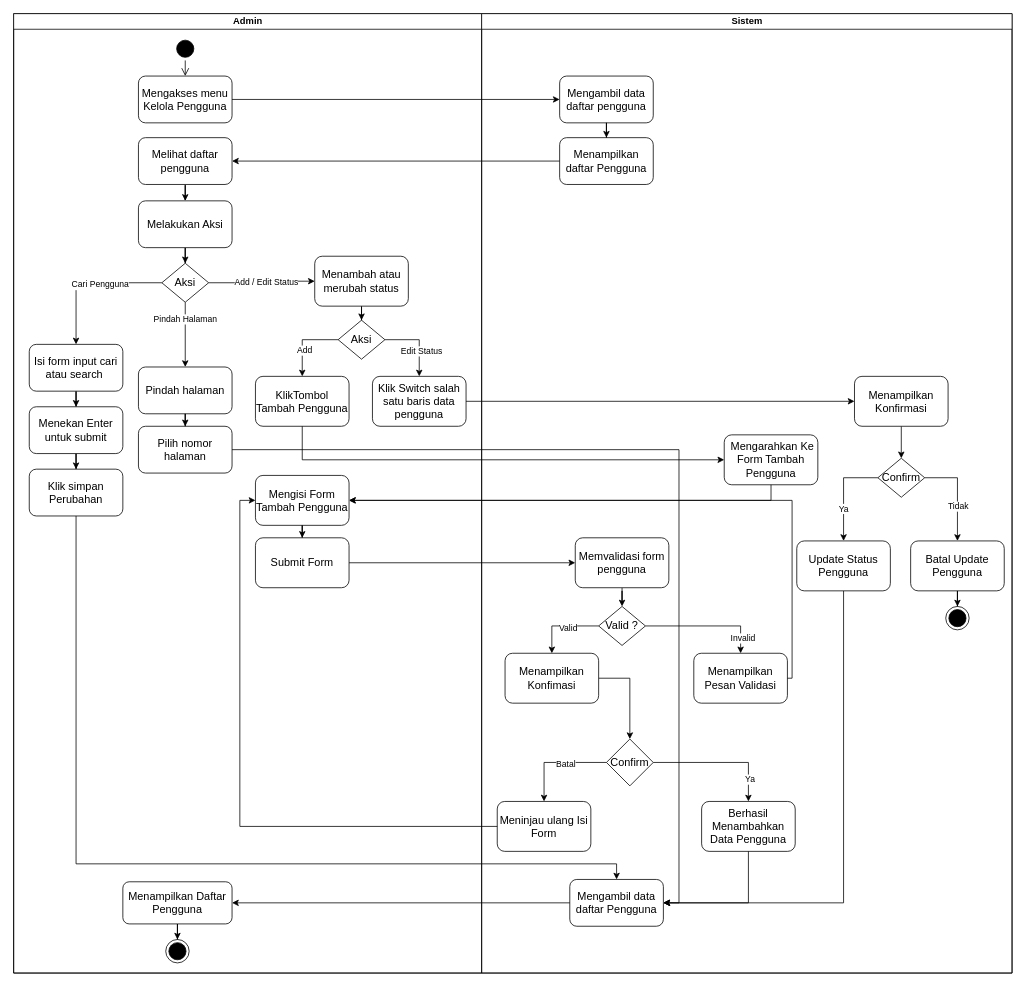
Before: page "ACT-DIA-KELOLA-PENGGUNA-ADMIN" (11 of 22) of dokumentasi/bab3/diagram-bab-3.drawio in fadlanrizki/rekofin-ui, a draw.io diagram. Source tidied: cells renumbered, new cells numbered last; positions are measured from the earlier drawing's top-left corner, leaving out a move shared by most shapes. Both pictures are drawn from the tidied source at 78%, with x=0, y=0 at pixel (13, 13).
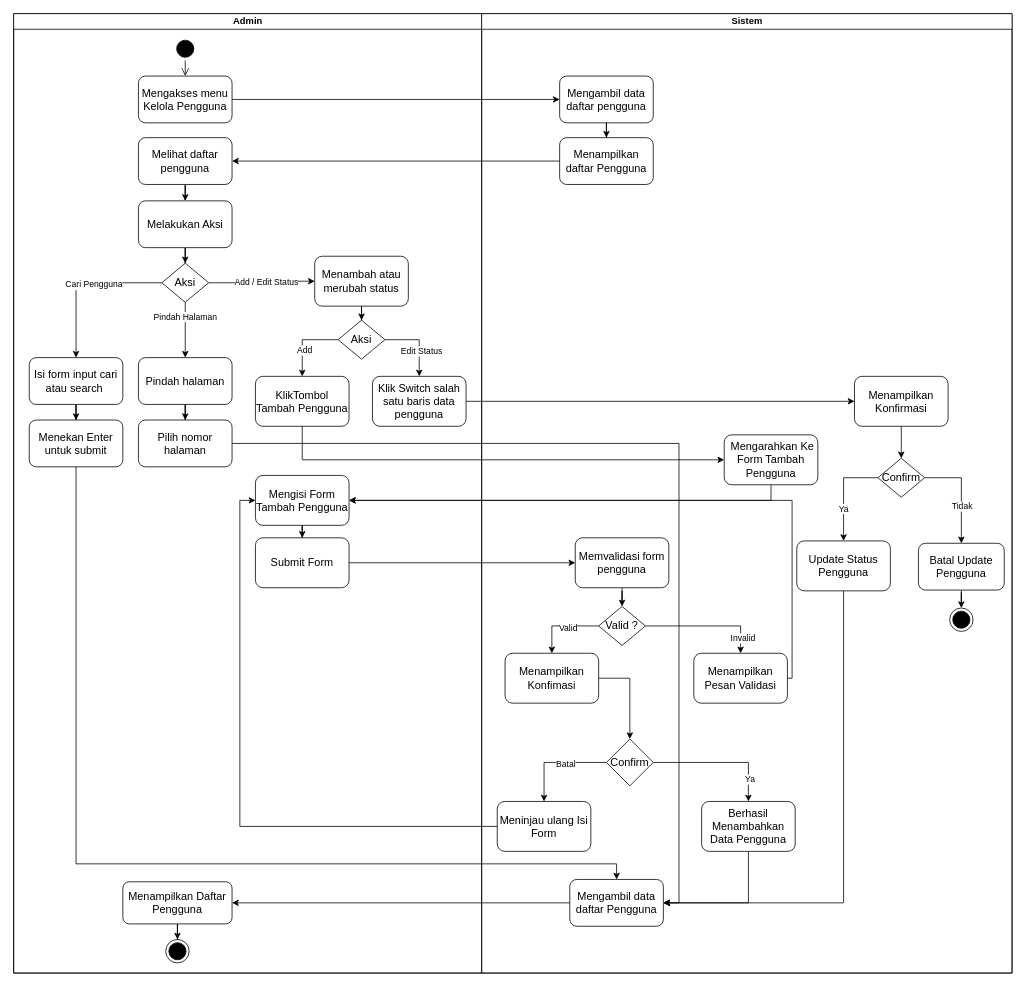
Above is the later version.

The change refers to these unchanged cells:
```xml
<mxCell id="2" style="swimlane;startSize=0;html=1;" parent="1" vertex="1">
  <mxGeometry width="1280" height="1230" as="geometry" />
</mxCell>
<mxCell id="3" value="Admin" style="swimlane;startSize=20;html=1;" parent="2" vertex="1">
  <mxGeometry width="600" height="1230" as="geometry" />
</mxCell>
<mxCell id="41" value="Sistem" style="swimlane;startSize=20;html=1;" parent="2" vertex="1">
  <mxGeometry x="600" width="680" height="1230" as="geometry" />
</mxCell>
<mxCell id="80" value="Mengambil data daftar Pengguna" style="rounded=1;whiteSpace=wrap;html=1;fontSize=14;" parent="41" vertex="1">
  <mxGeometry x="113" y="1110" width="120" height="60" as="geometry" />
</mxCell>
```

Change to the diagram source:
```diff
@@
     <mxCell id="18" value="Isi form input cari atau search&amp;nbsp;" style="rounded=1;whiteSpace=wrap;html=1;fontSize=14;" parent="3" vertex="1">
-      <mxGeometry x="20" y="424" width="120" height="60" as="geometry" />
+      <mxGeometry x="20" y="441" width="120" height="60" as="geometry" />
     </mxCell>
-    <mxCell id="19" style="edgeStyle=orthogonalEdgeStyle;rounded=0;jettySize=auto;html=1;entryX=0.5;entryY=0;entryDx=0;entryDy=0;" parent="3" edge="1" source="20" target="21">
-      <mxGeometry relative="1" as="geometry" />
-    </mxCell>
     <mxCell id="20" value="Menekan Enter untuk submit" style="rounded=1;whiteSpace=wrap;html=1;fontSize=14;" parent="3" vertex="1">
-      <mxGeometry x="20" y="504" width="120" height="60" as="geometry" />
+      <mxGeometry x="20" y="521" width="120" height="60" as="geometry" />
     </mxCell>
-    <mxCell id="21" value="Klik simpan Perubahan" style="rounded=1;whiteSpace=wrap;html=1;fontSize=14;" parent="3" vertex="1">
-      <mxGeometry x="20" y="584" width="120" height="60" as="geometry" />
-    </mxCell>
@@
     <mxCell id="27" value="Pindah halaman" style="rounded=1;whiteSpace=wrap;html=1;fontSize=14;" parent="3" vertex="1">
-      <mxGeometry x="160" y="453" width="120" height="60" as="geometry" />
+      <mxGeometry x="160" y="441" width="120" height="60" as="geometry" />
     </mxCell>
     <mxCell id="28" value="Pilih nomor halaman" style="rounded=1;whiteSpace=wrap;html=1;fontSize=14;" parent="3" vertex="1">
-      <mxGeometry x="160" y="529" width="120" height="60" as="geometry" />
+      <mxGeometry x="160" y="521" width="120" height="60" as="geometry" />
     </mxCell>
@@
     <mxCell id="92" value="Batal Update Pengguna" style="rounded=1;whiteSpace=wrap;html=1;fontSize=14;" parent="41" vertex="1">
-      <mxGeometry x="550" y="676" width="120" height="64" as="geometry" />
+      <mxGeometry x="560" y="679" width="110" height="60" as="geometry" />
     </mxCell>
     <mxCell id="93" style="ellipse;html=1;shape=endState;fillColor=#000000;strokeColor=light-dark(#000000, #ff9090);" parent="41" vertex="1">
-      <mxGeometry x="595" y="760" width="30" height="30" as="geometry" />
+      <mxGeometry x="600" y="762" width="30" height="30" as="geometry" />
     </mxCell>
@@
-    <mxCell id="103" style="edgeStyle=orthogonalEdgeStyle;rounded=0;jettySize=auto;html=1;" parent="2" edge="1" source="21" target="80">
+    <mxCell id="103" style="edgeStyle=orthogonalEdgeStyle;rounded=0;jettySize=auto;html=1;exitX=0.5;exitY=1;exitDx=0;exitDy=0;" parent="2" edge="1" source="20" target="80">
       <mxGeometry relative="1" as="geometry">
         <Array as="points">
           <mxPoint x="80" y="1090" />
           <mxPoint x="773" y="1090" />
         </Array>
       </mxGeometry>
     </mxCell>
```
